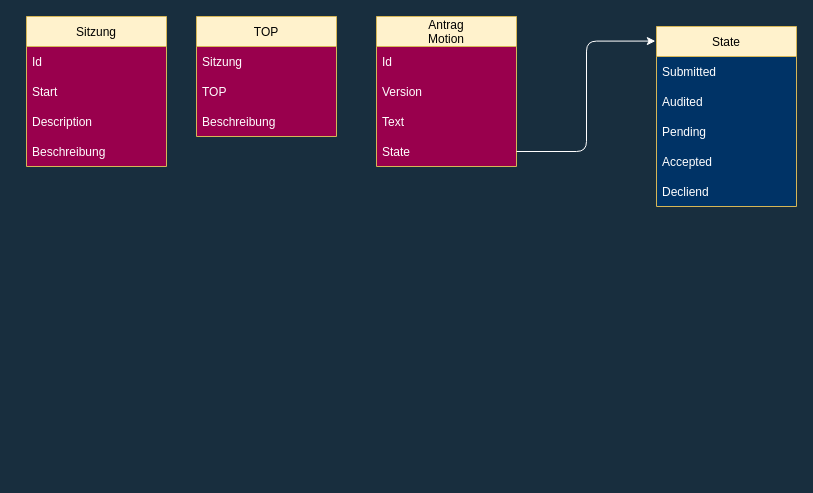
The draw.io diagram Parlivote.Shared/Documentation/Untitled Diagram.drawio in schnickalodeon/Parlivote, before the edit. Source tidied: cells renumbered, new cells numbered last; positions are measured from the earlier drawing's top-left corner, leaving out a move shared by most shapes. Both pictures are drawn from the tidied source at 100%, with x=0, y=0 at pixel (26, 16).
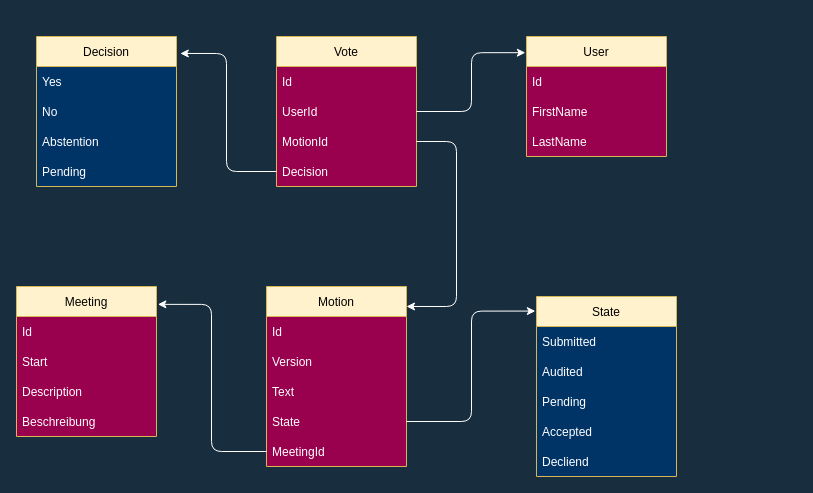
The same page after the edit.

Diff of the diagram source:
```diff
@@
-    <mxCell id="2" value="Sitzung" style="swimlane;fontStyle=0;horizontal=1;startSize=30;rounded=0;sketch=0;fontColor=default;strokeColor=#d6b656;fillColor=#fff2cc;labelBackgroundColor=none;swimlaneFillColor=#99004D;" parent="1" vertex="1">
-      <mxGeometry width="140" height="150" as="geometry" />
+    <mxCell id="2" value="Meeting" style="swimlane;fontStyle=0;horizontal=1;startSize=30;rounded=0;sketch=0;fontColor=default;strokeColor=#d6b656;fillColor=#fff2cc;labelBackgroundColor=none;swimlaneFillColor=#99004D;" parent="1" vertex="1">
+      <mxGeometry x="-10" y="270" width="140" height="150" as="geometry" />
     </mxCell>
@@
-    <mxCell id="7" value="Antrag&#10;Motion" style="swimlane;fontStyle=0;horizontal=1;startSize=30;rounded=0;sketch=0;fontColor=default;strokeColor=#d6b656;fillColor=#fff2cc;labelBackgroundColor=none;swimlaneFillColor=#99004D;" parent="1" vertex="1">
-      <mxGeometry x="350" width="140" height="150" as="geometry" />
+    <mxCell id="7" value="Motion" style="swimlane;fontStyle=0;horizontal=1;startSize=30;rounded=0;sketch=0;fontColor=default;strokeColor=#d6b656;fillColor=#fff2cc;labelBackgroundColor=none;swimlaneFillColor=#99004D;" parent="1" vertex="1">
+      <mxGeometry x="240" y="270" width="140" height="180" as="geometry" />
     </mxCell>
@@
-    <mxCell id="12" value="TOP" style="swimlane;fontStyle=0;horizontal=1;startSize=30;rounded=0;sketch=0;fontColor=default;strokeColor=#d6b656;fillColor=#fff2cc;labelBackgroundColor=none;swimlaneFillColor=#99004D;" parent="1" vertex="1">
-      <mxGeometry x="170" width="140" height="120" as="geometry" />
-    </mxCell>
-    <mxCell id="13" value="Sitzung" style="text;strokeColor=none;fillColor=none;align=left;verticalAlign=middle;spacingLeft=4;spacingRight=4;overflow=hidden;rounded=0;sketch=0;fontColor=#FFFFFF;" parent="12" vertex="1">
-      <mxGeometry y="30" width="140" height="30" as="geometry" />
-    </mxCell>
-    <mxCell id="14" value="TOP" style="text;strokeColor=none;fillColor=none;align=left;verticalAlign=middle;spacingLeft=4;spacingRight=4;overflow=hidden;rounded=0;sketch=0;fontColor=#FFFFFF;" parent="12" vertex="1">
-      <mxGeometry y="60" width="140" height="30" as="geometry" />
-    </mxCell>
-    <mxCell id="15" value="Beschreibung" style="text;strokeColor=none;fillColor=none;align=left;verticalAlign=middle;spacingLeft=4;spacingRight=4;overflow=hidden;rounded=0;sketch=0;fontColor=#FFFFFF;" parent="12" vertex="1">
-      <mxGeometry y="90" width="140" height="30" as="geometry" />
-    </mxCell>
+    <mxCell id="23" value="MeetingId" style="text;strokeColor=none;fillColor=none;align=left;verticalAlign=middle;spacingLeft=4;spacingRight=4;overflow=hidden;points=[[0,0.5],[1,0.5]];portConstraint=eastwest;rounded=0;sketch=0;fontColor=#FFFFFF;" parent="7" vertex="1">
+      <mxGeometry y="150" width="140" height="30" as="geometry" />
+    </mxCell>
     <mxCell id="16" value="State" style="swimlane;fontStyle=0;horizontal=1;startSize=30;rounded=0;sketch=0;strokeColor=#d6b656;fillColor=#fff2cc;labelBackgroundColor=none;swimlaneFillColor=#003366;" parent="1" vertex="1">
-      <mxGeometry x="630" y="10" width="140" height="180" as="geometry" />
+      <mxGeometry x="510" y="280" width="140" height="180" as="geometry" />
     </mxCell>
@@
+    <mxCell id="24" style="edgeStyle=orthogonalEdgeStyle;curved=0;rounded=1;sketch=0;jettySize=auto;html=1;exitX=0;exitY=0.5;exitDx=0;exitDy=0;entryX=1.01;entryY=0.119;entryDx=0;entryDy=0;entryPerimeter=0;fontColor=#000000;strokeColor=#FFFFFF;" parent="1" edge="1" source="23" target="2">
+      <mxGeometry relative="1" as="geometry" />
+    </mxCell>
+    <mxCell id="25" value="Vote" style="swimlane;fontStyle=0;horizontal=1;startSize=30;rounded=0;sketch=0;fontColor=default;strokeColor=#d6b656;fillColor=#fff2cc;labelBackgroundColor=none;swimlaneFillColor=#99004D;" parent="1" vertex="1">
+      <mxGeometry x="250" y="20" width="140" height="150" as="geometry" />
+    </mxCell>
+    <mxCell id="26" value="Id" style="text;strokeColor=none;fillColor=none;align=left;verticalAlign=middle;spacingLeft=4;spacingRight=4;overflow=hidden;rounded=0;sketch=0;fontColor=#FFFFFF;" parent="25" vertex="1">
+      <mxGeometry y="30" width="140" height="30" as="geometry" />
+    </mxCell>
+    <mxCell id="27" value="UserId" style="text;strokeColor=none;fillColor=none;align=left;verticalAlign=middle;spacingLeft=4;spacingRight=4;overflow=hidden;points=[[0,0.5],[1,0.5]];portConstraint=eastwest;rounded=0;sketch=0;fontColor=#FFFFFF;" parent="25" vertex="1">
+      <mxGeometry y="60" width="140" height="30" as="geometry" />
+    </mxCell>
+    <mxCell id="28" value="MotionId" style="text;strokeColor=none;fillColor=none;align=left;verticalAlign=middle;spacingLeft=4;spacingRight=4;overflow=hidden;points=[[0,0.5],[1,0.5]];portConstraint=eastwest;rounded=0;sketch=0;fontColor=#FFFFFF;" parent="25" vertex="1">
+      <mxGeometry y="90" width="140" height="30" as="geometry" />
+    </mxCell>
+    <mxCell id="29" value="Decision" style="text;strokeColor=none;fillColor=none;align=left;verticalAlign=middle;spacingLeft=4;spacingRight=4;overflow=hidden;points=[[0,0.5],[1,0.5]];portConstraint=eastwest;rounded=0;sketch=0;fontColor=#FFFFFF;" parent="25" vertex="1">
+      <mxGeometry y="120" width="140" height="30" as="geometry" />
+    </mxCell>
+    <mxCell id="30" value="User" style="swimlane;fontStyle=0;horizontal=1;startSize=30;rounded=0;sketch=0;fontColor=default;strokeColor=#d6b656;fillColor=#fff2cc;labelBackgroundColor=none;swimlaneFillColor=#99004D;" parent="1" vertex="1">
+      <mxGeometry x="500" y="20" width="140" height="120" as="geometry" />
+    </mxCell>
+    <mxCell id="31" value="Id" style="text;strokeColor=none;fillColor=none;align=left;verticalAlign=middle;spacingLeft=4;spacingRight=4;overflow=hidden;rounded=0;sketch=0;fontColor=#FFFFFF;" parent="30" vertex="1">
+      <mxGeometry y="30" width="140" height="30" as="geometry" />
+    </mxCell>
+    <mxCell id="32" value="FirstName" style="text;strokeColor=none;fillColor=none;align=left;verticalAlign=middle;spacingLeft=4;spacingRight=4;overflow=hidden;rounded=0;sketch=0;fontColor=#FFFFFF;" parent="30" vertex="1">
+      <mxGeometry y="60" width="140" height="30" as="geometry" />
+    </mxCell>
+    <mxCell id="33" value="LastName" style="text;strokeColor=none;fillColor=none;align=left;verticalAlign=middle;spacingLeft=4;spacingRight=4;overflow=hidden;rounded=0;sketch=0;fontColor=#FFFFFF;" parent="30" vertex="1">
+      <mxGeometry y="90" width="140" height="30" as="geometry" />
+    </mxCell>
+    <mxCell id="34" value="Decision" style="swimlane;fontStyle=0;horizontal=1;startSize=30;rounded=0;sketch=0;strokeColor=#d6b656;fillColor=#fff2cc;labelBackgroundColor=none;swimlaneFillColor=#003366;" parent="1" vertex="1">
+      <mxGeometry x="10" y="20" width="140" height="150" as="geometry" />
+    </mxCell>
+    <mxCell id="35" value="Yes" style="text;strokeColor=none;fillColor=none;align=left;verticalAlign=middle;spacingLeft=4;spacingRight=4;overflow=hidden;rounded=0;sketch=0;fontColor=#FFFFFF;" parent="34" vertex="1">
+      <mxGeometry y="30" width="140" height="30" as="geometry" />
+    </mxCell>
+    <mxCell id="36" value="No" style="text;strokeColor=none;fillColor=none;align=left;verticalAlign=middle;spacingLeft=4;spacingRight=4;overflow=hidden;rounded=0;sketch=0;fontColor=#FFFFFF;" parent="34" vertex="1">
+      <mxGeometry y="60" width="140" height="30" as="geometry" />
+    </mxCell>
+    <mxCell id="37" value="Abstention" style="text;strokeColor=none;fillColor=none;align=left;verticalAlign=middle;spacingLeft=4;spacingRight=4;overflow=hidden;rounded=0;sketch=0;fontColor=#FFFFFF;" parent="34" vertex="1">
+      <mxGeometry y="90" width="140" height="30" as="geometry" />
+    </mxCell>
+    <mxCell id="38" value="Pending" style="text;strokeColor=none;fillColor=none;align=left;verticalAlign=middle;spacingLeft=4;spacingRight=4;overflow=hidden;rounded=0;sketch=0;fontColor=#FFFFFF;" parent="34" vertex="1">
+      <mxGeometry y="120" width="140" height="30" as="geometry" />
+    </mxCell>
+    <mxCell id="39" style="edgeStyle=orthogonalEdgeStyle;curved=0;rounded=1;sketch=0;jettySize=auto;html=1;exitX=0;exitY=0.5;exitDx=0;exitDy=0;entryX=1.027;entryY=0.113;entryDx=0;entryDy=0;entryPerimeter=0;fontColor=#000000;strokeColor=#FFFFFF;" parent="1" edge="1" source="29" target="34">
+      <mxGeometry relative="1" as="geometry" />
+    </mxCell>
+    <mxCell id="40" style="edgeStyle=orthogonalEdgeStyle;curved=0;rounded=1;sketch=0;jettySize=auto;html=1;exitX=1;exitY=0.5;exitDx=0;exitDy=0;entryX=-0.008;entryY=0.135;entryDx=0;entryDy=0;entryPerimeter=0;fontColor=#000000;strokeColor=#FFFFFF;" parent="1" edge="1" source="27" target="30">
+      <mxGeometry relative="1" as="geometry" />
+    </mxCell>
+    <mxCell id="41" style="edgeStyle=orthogonalEdgeStyle;curved=0;rounded=1;sketch=0;jettySize=auto;html=1;entryX=1;entryY=0.111;entryDx=0;entryDy=0;entryPerimeter=0;fontColor=#000000;strokeColor=#FFFFFF;" parent="1" edge="1" source="28" target="7">
+      <mxGeometry relative="1" as="geometry">
+        <Array as="points">
+          <mxPoint x="430" y="125" />
+          <mxPoint x="430" y="290" />
+        </Array>
+      </mxGeometry>
+    </mxCell>
```
